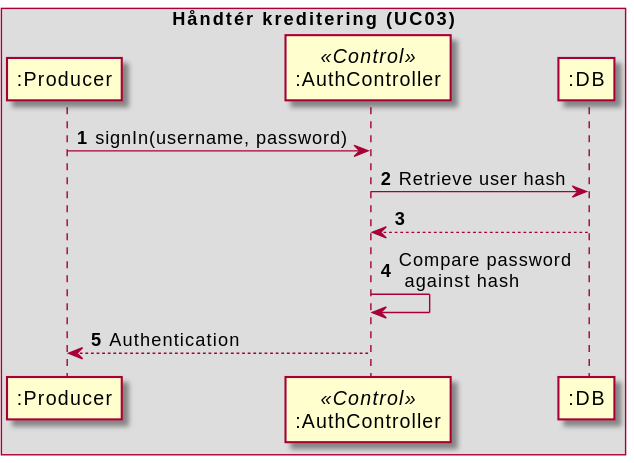
Above: uml/sequence_diagrams/operation/authentication.svg in amatzen/SE02-SE-G02-SPRO (PlantUML), before the change.
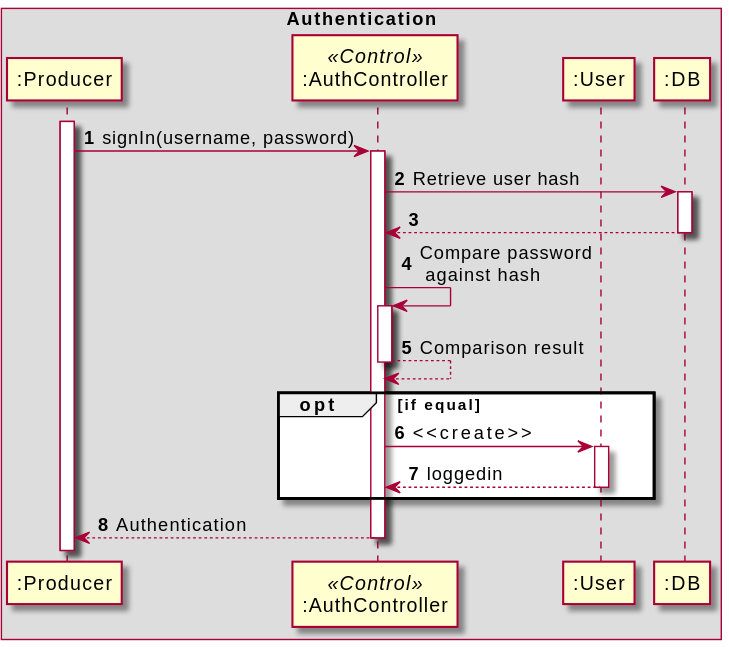
Later version of the same file.

What changed in the source:
```diff
@@ -2,16 +2,33 @@
 
 autonumber
 
-box "Håndtér kreditering (UC03)"
+box "Authentication"
     participant ":Producer" as producer
     participant ":AuthController" as authController <<Control>>
+    participant ":User" as user
     participant ":DB" as db
 end box
 
+activate producer
 producer -> authController : signIn(username, password)
+activate authController
 authController -> db : Retrieve user hash
+activate db
 authController <-- db
+deactivate db
+
 authController -> authController : Compare password\n against hash
+activate authController
+authController <-- authController : Comparison result
+deactivate authController
+
+opt if equal
+authController -> user : <<create>>
+activate user
+authController <-- user : loggedin
+deactivate user
+end
 producer <-- authController : Authentication
+deactivate authController
 
 @enduml
```
